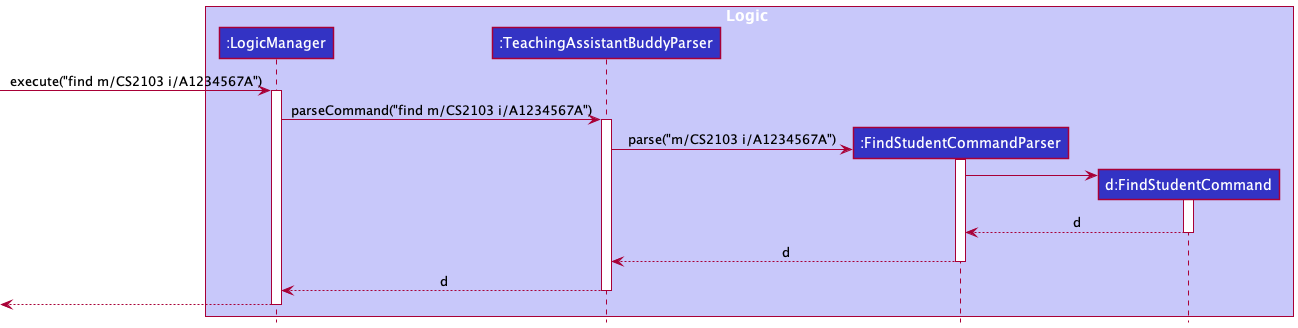
The PlantUML diagram docs/images/FindStudentSequenceDiagram1.png in nus-cs2103-AY2122S1/tp, before a commit. Its diagram source:
```plantuml
@startuml
!include style.puml

box Logic LOGIC_COLOR_T1
participant ":LogicManager" as LogicManager LOGIC_COLOR
participant ":TeachingAssistantBuddyParser" as TeachingAssistantBuddyParser LOGIC_COLOR
participant ":FindStudentCommandParser" as FindStudentCommandParser LOGIC_COLOR
participant "d:FindStudentCommand" as FindStudentCommand LOGIC_COLOR
end box

[-> LogicManager : execute("find m/CS2103 i/A1234567A")
activate LogicManager

LogicManager -> TeachingAssistantBuddyParser : parseCommand("find m/CS2103 i/A1234567A")
activate TeachingAssistantBuddyParser

create FindStudentCommandParser
TeachingAssistantBuddyParser -> FindStudentCommandParser : parse("m/CS2103 i/A1234567A")
activate FindStudentCommandParser

create FindStudentCommand
FindStudentCommandParser -> FindStudentCommand
activate FindStudentCommand

FindStudentCommand --> FindStudentCommandParser : d
deactivate FindStudentCommand

FindStudentCommandParser --> TeachingAssistantBuddyParser : d
deactivate FindStudentCommandParser

TeachingAssistantBuddyParser --> LogicManager : d
deactivate TeachingAssistantBuddyParser



[<--LogicManager
deactivate LogicManager
@enduml
```
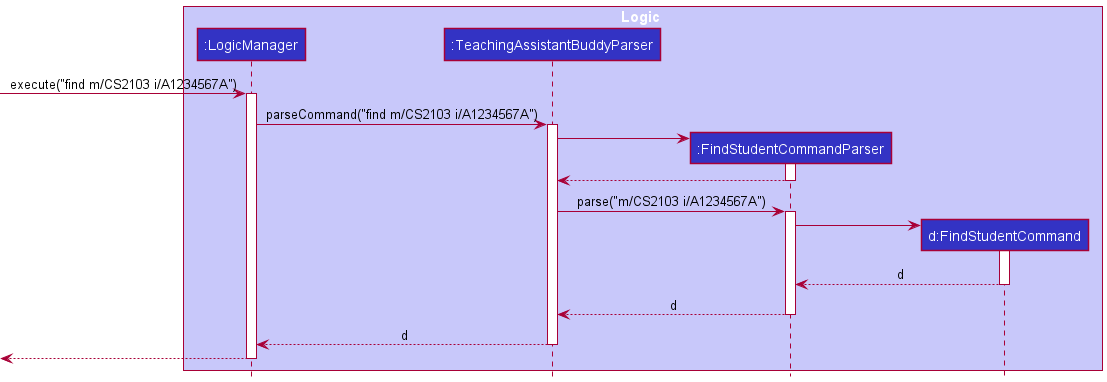
After the commit.

Diff of the diagram source:
```diff
@@ -1,5 +1,5 @@
 @startuml
-!include style.puml
+!include ../style.puml
 
 box Logic LOGIC_COLOR_T1
 participant ":LogicManager" as LogicManager LOGIC_COLOR
@@ -15,6 +15,11 @@
 activate TeachingAssistantBuddyParser
 
 create FindStudentCommandParser
+TeachingAssistantBuddyParser -> FindStudentCommandParser
+activate FindStudentCommandParser
+FindStudentCommandParser --> TeachingAssistantBuddyParser
+deactivate FindStudentCommandParser
+
 TeachingAssistantBuddyParser -> FindStudentCommandParser : parse("m/CS2103 i/A1234567A")
 activate FindStudentCommandParser
 
```
